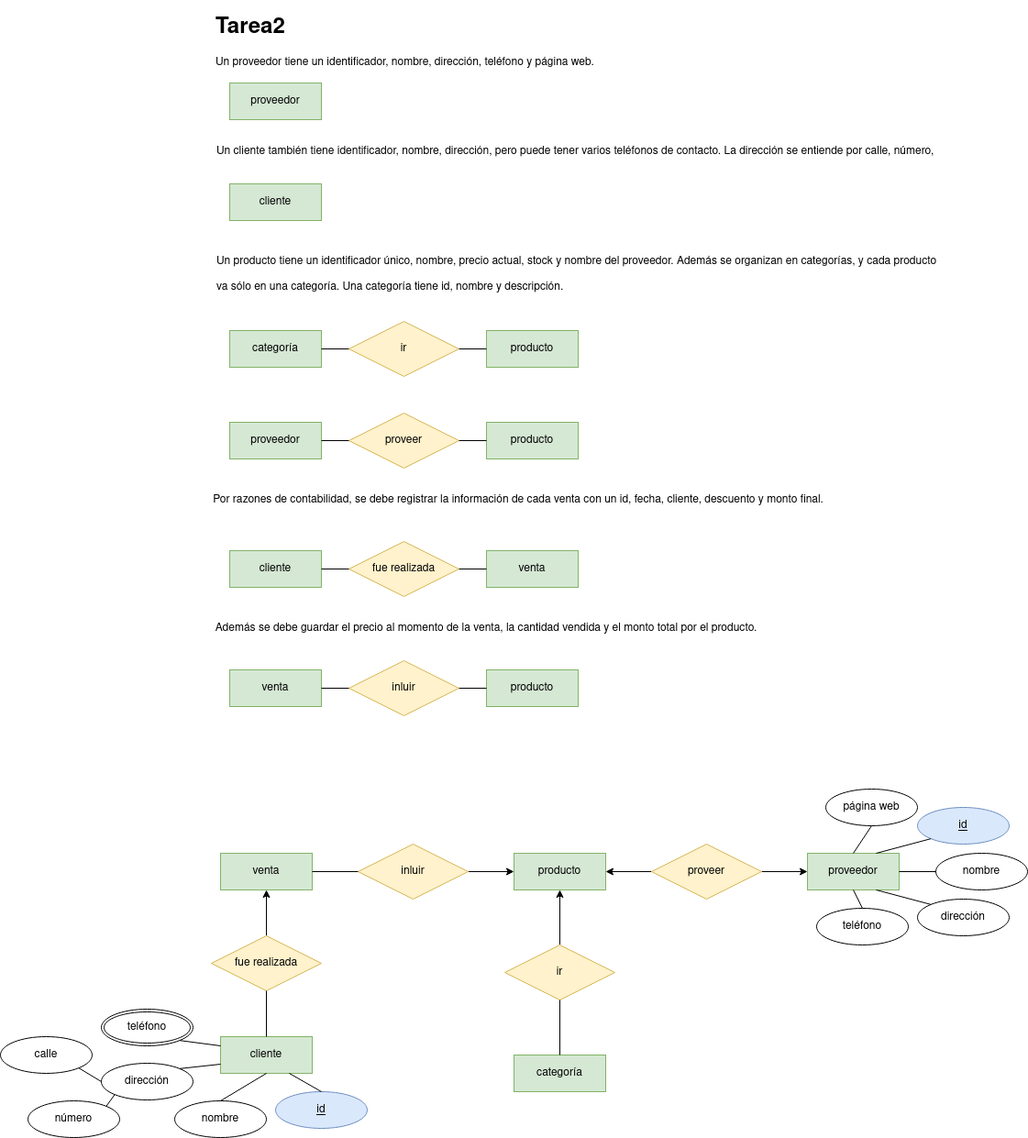
javigh193/bae keeps this draw.io diagram as tareasER/tarea2.png. Above is the earlier version. Source tidied: cells renumbered, new cells last; positions are measured from the earlier drawing's top-left corner, leaving out a move shared by most shapes.
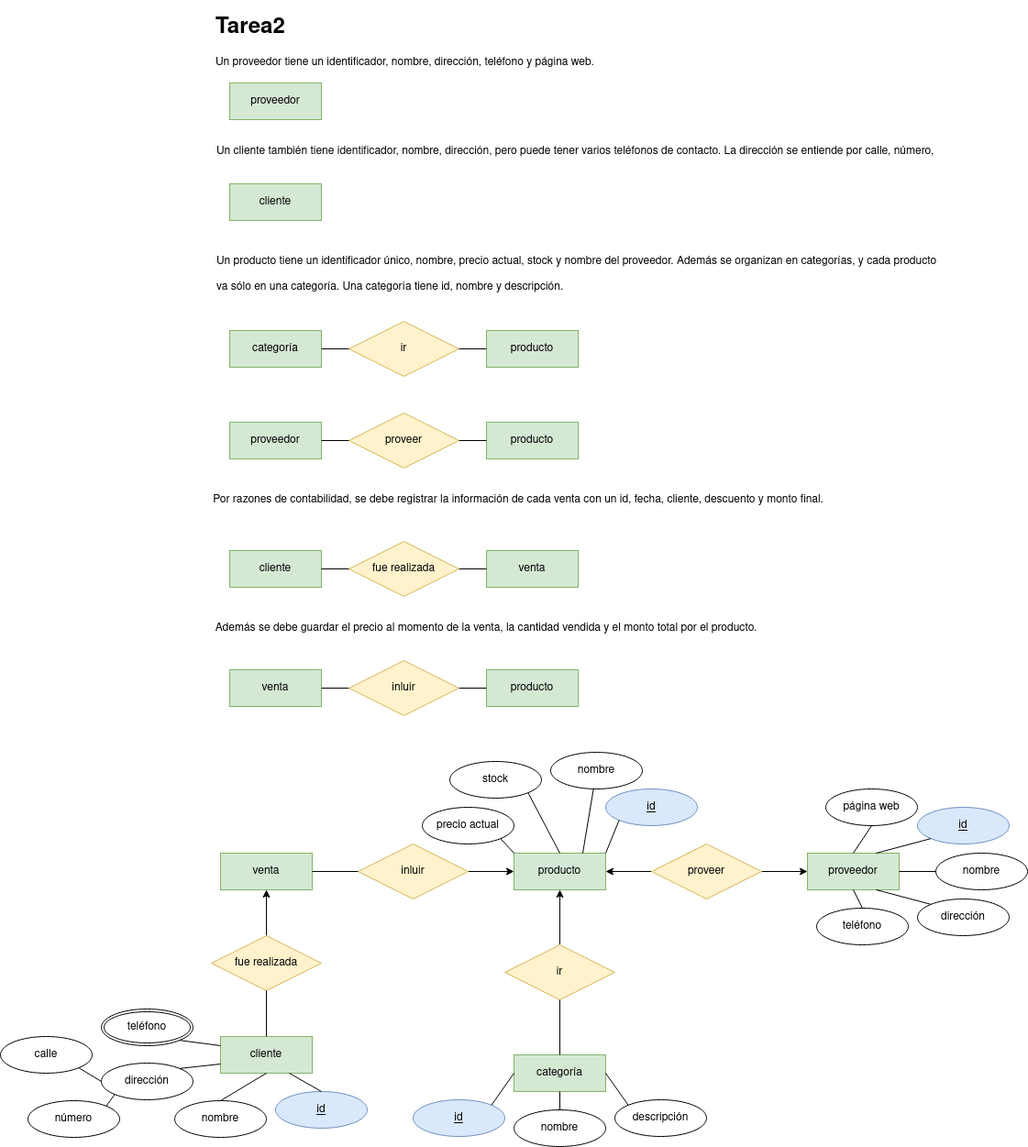
After the change.

The edit, as a diff of the source:
```diff
@@ -200,5 +200,47 @@
     <mxCell id="67" style="endArrow=none;html=1;rounded=0;exitX=1;exitY=1;exitDx=0;exitDy=0;entryX=0;entryY=0.5;entryDx=0;entryDy=0;" parent="1" edge="1" source="59" target="58">
       <mxGeometry relative="1" as="geometry" />
     </mxCell>
+    <mxCell id="68" value="id" style="ellipse;whiteSpace=wrap;html=1;align=center;fontStyle=4;fillColor=#dae8fc;strokeColor=#6c8ebf;" parent="1" vertex="1">
+      <mxGeometry x="660" y="850" width="100" height="40" as="geometry" />
+    </mxCell>
+    <mxCell id="69" value="nombre" style="ellipse;whiteSpace=wrap;html=1;align=center;" parent="1" vertex="1">
+      <mxGeometry x="600" y="810" width="100" height="40" as="geometry" />
+    </mxCell>
+    <mxCell id="70" value="precio actual" style="ellipse;whiteSpace=wrap;html=1;align=center;" parent="1" vertex="1">
+      <mxGeometry x="460" y="870" width="100" height="40" as="geometry" />
+    </mxCell>
+    <mxCell id="71" value="stock" style="ellipse;whiteSpace=wrap;html=1;align=center;" parent="1" vertex="1">
+      <mxGeometry x="490" y="820" width="100" height="40" as="geometry" />
+    </mxCell>
+    <mxCell id="72" value="id" style="ellipse;whiteSpace=wrap;html=1;align=center;fontStyle=4;fillColor=#dae8fc;strokeColor=#6c8ebf;" parent="1" vertex="1">
+      <mxGeometry x="450" y="1189" width="100" height="40" as="geometry" />
+    </mxCell>
+    <mxCell id="73" value="nombre" style="ellipse;whiteSpace=wrap;html=1;align=center;" parent="1" vertex="1">
+      <mxGeometry x="560" y="1200" width="100" height="40" as="geometry" />
+    </mxCell>
+    <mxCell id="74" value="descripción" style="ellipse;whiteSpace=wrap;html=1;align=center;" parent="1" vertex="1">
+      <mxGeometry x="670" y="1189" width="100" height="40" as="geometry" />
+    </mxCell>
+    <mxCell id="75" style="endArrow=none;html=1;rounded=0;exitX=1;exitY=0;exitDx=0;exitDy=0;entryX=0;entryY=0.5;entryDx=0;entryDy=0;" parent="1" edge="1" source="72" target="34">
+      <mxGeometry relative="1" as="geometry" />
+    </mxCell>
+    <mxCell id="76" style="endArrow=none;html=1;rounded=0;exitX=1;exitY=0.5;exitDx=0;exitDy=0;entryX=0;entryY=0;entryDx=0;entryDy=0;" parent="1" edge="1" source="34" target="74">
+      <mxGeometry relative="1" as="geometry" />
+    </mxCell>
+    <mxCell id="77" style="endArrow=none;html=1;rounded=0;exitX=0.5;exitY=1;exitDx=0;exitDy=0;entryX=0.5;entryY=0;entryDx=0;entryDy=0;" parent="1" edge="1" source="34" target="73">
+      <mxGeometry relative="1" as="geometry" />
+    </mxCell>
+    <mxCell id="78" style="endArrow=none;html=1;rounded=0;exitX=1;exitY=1;exitDx=0;exitDy=0;entryX=0;entryY=0;entryDx=0;entryDy=0;" parent="1" edge="1" source="70" target="29">
+      <mxGeometry relative="1" as="geometry" />
+    </mxCell>
+    <mxCell id="79" style="endArrow=none;html=1;rounded=0;exitX=0;exitY=1;exitDx=0;exitDy=0;entryX=1;entryY=0;entryDx=0;entryDy=0;" parent="1" edge="1" source="68" target="29">
+      <mxGeometry relative="1" as="geometry" />
+    </mxCell>
+    <mxCell id="80" style="endArrow=none;html=1;rounded=0;entryX=1;entryY=1;entryDx=0;entryDy=0;exitX=0.5;exitY=0;exitDx=0;exitDy=0;" parent="1" edge="1" source="29" target="71">
+      <mxGeometry relative="1" as="geometry" />
+    </mxCell>
+    <mxCell id="81" style="endArrow=none;html=1;rounded=0;entryX=0.75;entryY=0;entryDx=0;entryDy=0;" parent="1" edge="1" source="69" target="29">
+      <mxGeometry relative="1" as="geometry" />
+    </mxCell>
   </root>
 </mxGraphModel>
```
